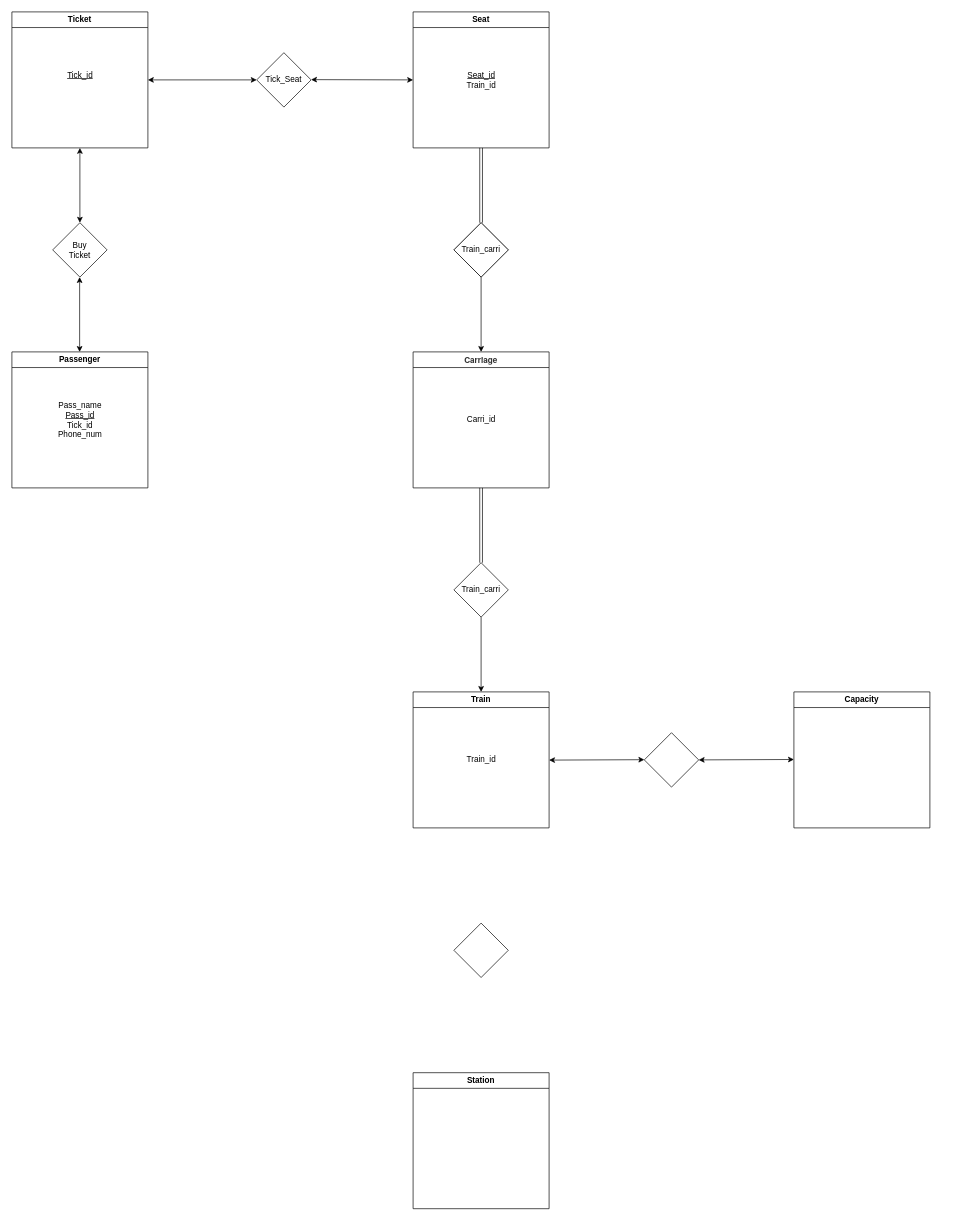
Above: Discuss_240410.drawio in RimLutienpeist/Draw_io_Repo (draw.io), before the change. Source tidied: cells renumbered, new cells numbered last; positions are measured from the earlier drawing's top-left corner, leaving out a move shared by most shapes. Both pictures are drawn from the tidied source at 68%, with x=0, y=0 at pixel (12, 12).
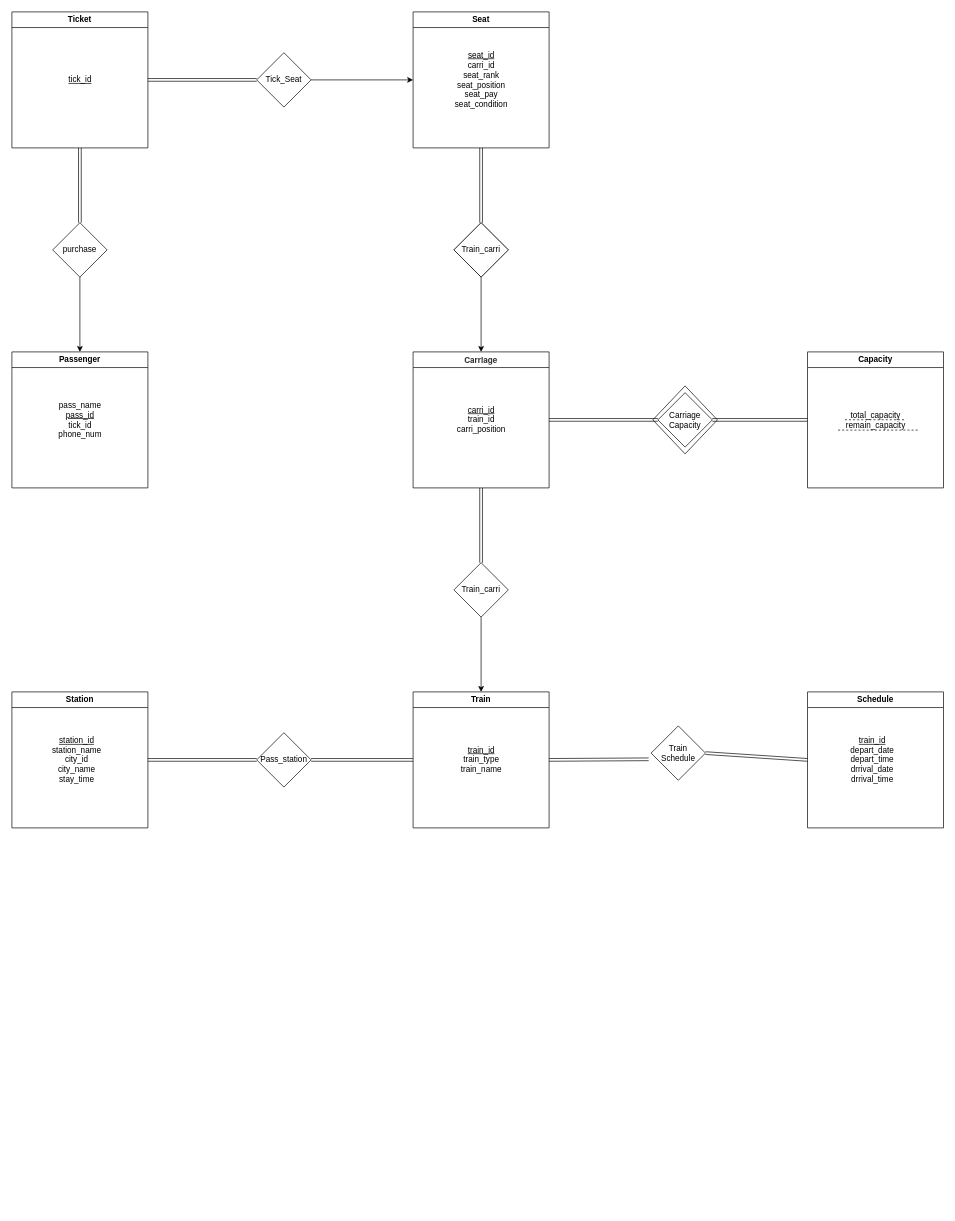
After the change.

The change refers to these unchanged cells:
```xml
<mxCell id="3" value="Passenger" style="swimlane;whiteSpace=wrap;html=1;startSize=23;" parent="1" vertex="1">
  <mxGeometry y="500" width="200" height="200" as="geometry" />
</mxCell>
<mxCell id="5" value="Ticket" style="swimlane;whiteSpace=wrap;html=1;startSize=23;" parent="1" vertex="1">
  <mxGeometry width="200" height="200" as="geometry" />
</mxCell>
<mxCell id="7" value="Seat" style="swimlane;whiteSpace=wrap;html=1;startSize=23;" parent="1" vertex="1">
  <mxGeometry x="590" width="200" height="200" as="geometry" />
</mxCell>
<mxCell id="9" value="Train" style="swimlane;whiteSpace=wrap;html=1;startSize=23;" parent="1" vertex="1">
  <mxGeometry x="590" y="1000" width="200" height="200" as="geometry" />
</mxCell>
<mxCell id="12" value="Tick_Seat" style="rhombus;whiteSpace=wrap;html=1;" parent="1" vertex="1">
  <mxGeometry x="360" y="60" width="80" height="80" as="geometry" />
</mxCell>
<mxCell id="23" value="&lt;span style=&quot;color: rgb(51, 51, 51); font-family: &amp;quot;Helvetica Neue&amp;quot;, Helvetica, Arial, &amp;quot;PingFang SC&amp;quot;, &amp;quot;Hiragino Sans GB&amp;quot;, &amp;quot;Microsoft YaHei&amp;quot;, &amp;quot;WenQuanYi Micro Hei&amp;quot;, sans-serif; text-align: start; background-color: rgb(255, 255, 255);&quot;&gt;Carriage&lt;/span&gt;" style="swimlane;whiteSpace=wrap;html=1;startSize=23;" parent="1" vertex="1">
  <mxGeometry x="590" y="500" width="200" height="200" as="geometry" />
</mxCell>
```

Change to the diagram source:
```diff
@@
+    <mxCell id="31" style="rhombus;whiteSpace=wrap;html=1;" parent="1" vertex="1">
+      <mxGeometry x="942.5" y="550" width="95" height="100" as="geometry" />
+    </mxCell>
+    <mxCell id="32" value="Carriage&lt;br&gt;Capacity" style="rhombus;whiteSpace=wrap;html=1;" parent="1" vertex="1">
+      <mxGeometry x="950" y="560" width="80" height="80" as="geometry" />
+    </mxCell>
-    <mxCell id="2" value="Station" style="swimlane;whiteSpace=wrap;html=1;startSize=23;" parent="1" vertex="1">
-      <mxGeometry x="590" y="1560" width="200" height="200" as="geometry" />
+    <mxCell id="2" value="Schedule" style="swimlane;whiteSpace=wrap;html=1;startSize=23;" parent="1" vertex="1">
+      <mxGeometry x="1170" y="1000" width="200" height="200" as="geometry" />
     </mxCell>
+    <mxCell id="33" value="&lt;u&gt;train_id&lt;/u&gt;&lt;br&gt;depart_date&lt;br&gt;depart_time&lt;br&gt;drrival_date&lt;br&gt;drrival_time" style="text;html=1;align=center;verticalAlign=middle;strokeColor=none;fillColor=none;" parent="2" vertex="1">
+      <mxGeometry x="45" y="50" width="100" height="100" as="geometry" />
+    </mxCell>
@@
-    <mxCell id="4" value="Pass_name&lt;div&gt;&lt;u&gt;Pass_id&lt;/u&gt;&lt;br&gt;Tick_id&lt;br&gt;Phone_num&lt;br&gt;&lt;/div&gt;" style="text;html=1;align=center;verticalAlign=middle;strokeColor=none;fillColor=none;" parent="3" vertex="1">
+    <mxCell id="4" value="pass_name&lt;div&gt;&lt;u&gt;pass_id&lt;/u&gt;&lt;br&gt;tick_id&lt;br&gt;phone_num&lt;br&gt;&lt;/div&gt;" style="text;html=1;align=center;verticalAlign=middle;strokeColor=none;fillColor=none;" parent="3" vertex="1">
       <mxGeometry x="50" y="60" width="100" height="80" as="geometry" />
     </mxCell>
@@
-    <mxCell id="6" value="&lt;div&gt;&lt;u&gt;Tick_id&lt;/u&gt;&lt;br&gt;&lt;br&gt;&lt;/div&gt;" style="text;html=1;align=center;verticalAlign=middle;strokeColor=none;fillColor=none;" parent="5" vertex="1">
-      <mxGeometry x="65" y="75" width="70" height="50" as="geometry" />
+    <mxCell id="6" value="&lt;div&gt;&lt;u&gt;tick_id&lt;/u&gt;&lt;br&gt;&lt;/div&gt;" style="text;html=1;align=center;verticalAlign=middle;strokeColor=none;fillColor=none;" parent="5" vertex="1">
+      <mxGeometry x="70" y="85" width="60" height="30" as="geometry" />
     </mxCell>
@@
-    <mxCell id="8" value="&lt;div&gt;&lt;u&gt;Seat_id&lt;/u&gt;&lt;br&gt;Train_id&lt;/div&gt;" style="text;html=1;align=center;verticalAlign=middle;strokeColor=none;fillColor=none;" parent="7" vertex="1">
-      <mxGeometry x="65" y="75" width="70" height="50" as="geometry" />
+    <mxCell id="8" value="&lt;div&gt;&lt;u&gt;seat_id&lt;/u&gt;&lt;br&gt;carri_id&lt;br&gt;seat_rank&lt;br&gt;seat_position&lt;br&gt;seat_pay&lt;br&gt;seat_condition&lt;/div&gt;" style="text;html=1;align=center;verticalAlign=middle;strokeColor=none;fillColor=none;" parent="7" vertex="1">
+      <mxGeometry x="45" y="45" width="110" height="110" as="geometry" />
     </mxCell>
@@
-    <mxCell id="10" value="Train_id" style="text;html=1;align=center;verticalAlign=middle;strokeColor=none;fillColor=none;" parent="9" vertex="1">
-      <mxGeometry x="65" y="85" width="70" height="30" as="geometry" />
+    <mxCell id="10" value="&lt;u&gt;train_id&lt;/u&gt;&lt;br&gt;train_type&lt;br&gt;train_name" style="text;html=1;align=center;verticalAlign=middle;strokeColor=none;fillColor=none;" parent="9" vertex="1">
+      <mxGeometry x="55" y="70" width="90" height="60" as="geometry" />
     </mxCell>
+    <mxCell id="34" style="edgeStyle=orthogonalEdgeStyle;rounded=0;jettySize=auto;html=1;exitX=0.5;exitY=1;exitDx=0;exitDy=0;entryX=0.5;entryY=0;entryDx=0;entryDy=0;" parent="1" edge="1" source="11" target="3">
+      <mxGeometry relative="1" as="geometry" />
+    </mxCell>
-    <mxCell id="11" value="Buy&lt;br&gt;Ticket" style="rhombus;whiteSpace=wrap;html=1;" parent="1" vertex="1">
+    <mxCell id="11" value="purchase" style="rhombus;whiteSpace=wrap;html=1;" parent="1" vertex="1">
       <mxGeometry x="60" y="310" width="80" height="80" as="geometry" />
     </mxCell>
+    <mxCell id="35" style="edgeStyle=orthogonalEdgeStyle;rounded=0;jettySize=auto;html=1;exitX=1;exitY=0.5;exitDx=0;exitDy=0;entryX=0;entryY=0.5;entryDx=0;entryDy=0;" parent="1" edge="1" source="12" target="7">
+      <mxGeometry relative="1" as="geometry" />
+    </mxCell>
@@
-    <mxCell id="14" style="rhombus;whiteSpace=wrap;html=1;" parent="1" vertex="1">
-      <mxGeometry x="650" y="1340" width="80" height="80" as="geometry" />
-    </mxCell>
     <mxCell id="15" value="Capacity" style="swimlane;whiteSpace=wrap;html=1;startSize=23;" parent="1" vertex="1">
-      <mxGeometry x="1150" y="1000" width="200" height="200" as="geometry" />
+      <mxGeometry x="1170" y="500" width="200" height="200" as="geometry" />
     </mxCell>
-    <mxCell id="16" style="endArrow=classic;startArrow=classic;html=1;rounded=0;entryX=0.5;entryY=1;entryDx=0;entryDy=0;exitX=0.5;exitY=0;exitDx=0;exitDy=0;" parent="1" edge="1" source="11" target="5">
-      <mxGeometry relative="1" as="geometry" />
-    </mxCell>
-    <mxCell id="17" style="endArrow=classic;startArrow=classic;html=1;rounded=0;entryX=0.5;entryY=1;entryDx=0;entryDy=0;exitX=0.5;exitY=0;exitDx=0;exitDy=0;" parent="1" edge="1">
-      <mxGeometry relative="1" as="geometry">
-        <mxPoint x="99.6" y="500" as="sourcePoint" />
-        <mxPoint x="99.6" y="390" as="targetPoint" />
-      </mxGeometry>
-    </mxCell>
-    <mxCell id="18" style="endArrow=classic;startArrow=classic;html=1;rounded=0;entryX=0;entryY=0.5;entryDx=0;entryDy=0;exitX=1;exitY=0.5;exitDx=0;exitDy=0;" parent="1" edge="1" source="5" target="12">
-      <mxGeometry relative="1" as="geometry" />
-    </mxCell>
-    <mxCell id="19" style="endArrow=classic;startArrow=classic;html=1;rounded=0;exitX=1;exitY=0.5;exitDx=0;exitDy=0;" parent="1" edge="1">
-      <mxGeometry relative="1" as="geometry">
-        <mxPoint x="440" y="99.6" as="sourcePoint" />
-        <mxPoint x="590" y="100" as="targetPoint" />
-      </mxGeometry>
-    </mxCell>
-    <mxCell id="20" style="rhombus;whiteSpace=wrap;html=1;" parent="1" vertex="1">
-      <mxGeometry x="930" y="1060" width="80" height="80" as="geometry" />
-    </mxCell>
-    <mxCell id="21" style="endArrow=classic;startArrow=classic;html=1;rounded=0;" parent="1" edge="1">
-      <mxGeometry relative="1" as="geometry">
-        <mxPoint x="1010" y="1100" as="sourcePoint" />
-        <mxPoint x="1150" y="1099.4" as="targetPoint" />
-      </mxGeometry>
-    </mxCell>
-    <mxCell id="22" style="endArrow=classic;startArrow=classic;html=1;rounded=0;" parent="1" edge="1">
-      <mxGeometry relative="1" as="geometry">
-        <mxPoint x="790" y="1100.3" as="sourcePoint" />
-        <mxPoint x="930" y="1099.7" as="targetPoint" />
-      </mxGeometry>
-    </mxCell>
+    <mxCell id="36" value="total_capacity&lt;br&gt;remain_capacity" style="text;html=1;align=center;verticalAlign=middle;strokeColor=none;fillColor=none;" parent="15" vertex="1">
+      <mxGeometry x="35" y="75" width="130" height="50" as="geometry" />
+    </mxCell>
+    <mxCell id="37" style="endArrow=none;dashed=1;html=1;rounded=0;" parent="15" edge="1">
+      <mxGeometry relative="1" as="geometry">
+        <mxPoint x="55" y="99.8" as="sourcePoint" />
+        <mxPoint x="145" y="99.8" as="targetPoint" />
+      </mxGeometry>
+    </mxCell>
+    <mxCell id="38" style="endArrow=none;dashed=1;html=1;rounded=0;" parent="15" edge="1">
+      <mxGeometry relative="1" as="geometry">
+        <mxPoint x="45" y="115" as="sourcePoint" />
+        <mxPoint x="165" y="115" as="targetPoint" />
+      </mxGeometry>
+    </mxCell>
@@
-    <mxCell id="24" value="Carri_id" style="text;html=1;align=center;verticalAlign=middle;strokeColor=none;fillColor=none;" parent="23" vertex="1">
-      <mxGeometry x="65" y="85" width="70" height="30" as="geometry" />
+    <mxCell id="24" value="&lt;u&gt;carri_id&lt;br&gt;&lt;/u&gt;train_id&lt;br&gt;carri_position" style="text;html=1;align=center;verticalAlign=middle;strokeColor=none;fillColor=none;" parent="23" vertex="1">
+      <mxGeometry x="45" y="70" width="110" height="60" as="geometry" />
     </mxCell>
@@
+    <mxCell id="39" style="shape=link;html=1;rounded=0;exitX=0.5;exitY=1;exitDx=0;exitDy=0;entryX=0.5;entryY=0;entryDx=0;entryDy=0;" parent="1" edge="1" source="5" target="11">
+      <mxGeometry relative="1" as="geometry" />
+    </mxCell>
+    <mxCell id="18" style="shape=link;html=1;rounded=0;exitX=1;exitY=0.5;exitDx=0;exitDy=0;entryX=0;entryY=0.5;entryDx=0;entryDy=0;" parent="1" edge="1" source="5" target="12">
+      <mxGeometry relative="1" as="geometry" />
+    </mxCell>
+    <mxCell id="40" style="shape=link;html=1;rounded=0;entryX=0;entryY=0.5;entryDx=0;entryDy=0;exitX=1;exitY=0.5;exitDx=0;exitDy=0;" parent="1" edge="1" source="32" target="15">
+      <mxGeometry relative="1" as="geometry" />
+    </mxCell>
+    <mxCell id="41" style="shape=link;html=1;rounded=0;exitX=1;exitY=0.5;exitDx=0;exitDy=0;entryX=0;entryY=0.5;entryDx=0;entryDy=0;" parent="1" edge="1" source="23" target="32">
+      <mxGeometry relative="1" as="geometry" />
+    </mxCell>
+    <mxCell id="42" value="Station" style="swimlane;whiteSpace=wrap;html=1;startSize=23;" parent="1" vertex="1">
+      <mxGeometry y="1000" width="200" height="200" as="geometry" />
+    </mxCell>
+    <mxCell id="43" value="&lt;u&gt;station_id&lt;br&gt;&lt;/u&gt;station_name&lt;u&gt;&lt;br&gt;&lt;/u&gt;city_id&lt;br&gt;city_name&lt;br&gt;stay_time" style="text;html=1;align=center;verticalAlign=middle;strokeColor=none;fillColor=none;" parent="42" vertex="1">
+      <mxGeometry x="40" y="50" width="110" height="100" as="geometry" />
+    </mxCell>
+    <mxCell id="44" value="Pass_station" style="rhombus;whiteSpace=wrap;html=1;" parent="1" vertex="1">
+      <mxGeometry x="360" y="1060" width="80" height="80" as="geometry" />
+    </mxCell>
+    <mxCell id="45" value="Train&lt;br&gt;Schedule" style="rhombus;whiteSpace=wrap;html=1;" parent="1" vertex="1">
+      <mxGeometry x="940" y="1050" width="80" height="80" as="geometry" />
+    </mxCell>
+    <mxCell id="46" style="shape=link;html=1;rounded=0;entryX=-0.045;entryY=0.614;entryDx=0;entryDy=0;exitX=1;exitY=0.5;exitDx=0;exitDy=0;entryPerimeter=0;" parent="1" edge="1" source="9" target="45">
+      <mxGeometry relative="1" as="geometry" />
+    </mxCell>
+    <mxCell id="47" style="shape=link;html=1;rounded=0;entryX=0;entryY=0.5;entryDx=0;entryDy=0;exitX=1;exitY=0.5;exitDx=0;exitDy=0;" parent="1" edge="1" source="45" target="2">
+      <mxGeometry relative="1" as="geometry" />
+    </mxCell>
+    <mxCell id="48" style="shape=link;html=1;rounded=0;entryX=0;entryY=0.5;entryDx=0;entryDy=0;exitX=1;exitY=0.5;exitDx=0;exitDy=0;" parent="1" edge="1" source="44" target="9">
+      <mxGeometry relative="1" as="geometry" />
+    </mxCell>
+    <mxCell id="49" style="shape=link;html=1;rounded=0;exitX=1;exitY=0.5;exitDx=0;exitDy=0;entryX=0;entryY=0.5;entryDx=0;entryDy=0;" parent="1" edge="1" source="42" target="44">
+      <mxGeometry relative="1" as="geometry" />
+    </mxCell>
```
